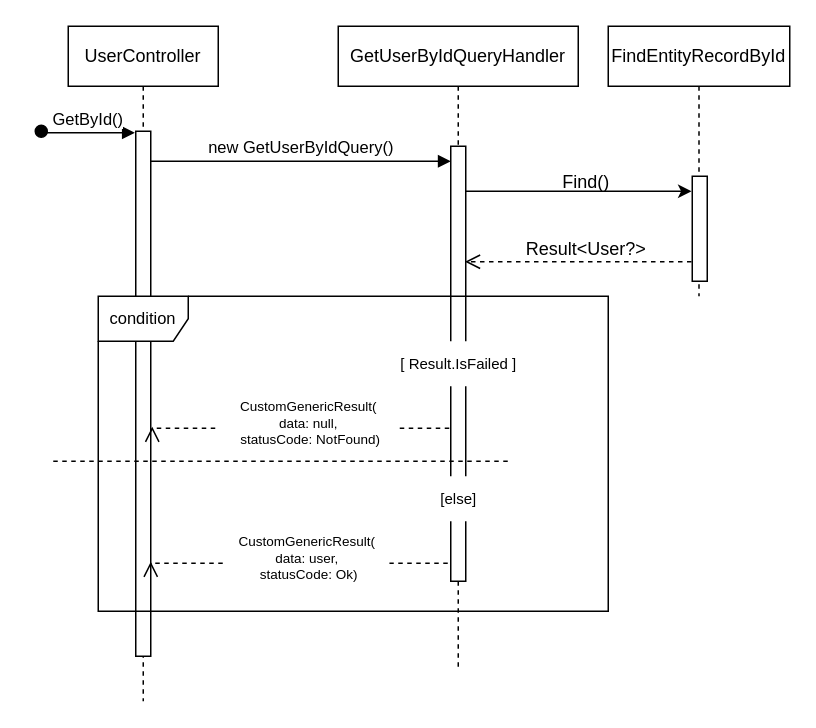
The draw.io diagram Diagrams/sequenceDiagram_user_getById.drawio in MahdiChoobin-81/CleanArchitecture_ASP, before the edit. Source tidied: cells renumbered, new cells numbered last; positions are measured from the earlier drawing's top-left corner, leaving out a move shared by most shapes. Both pictures are drawn from the tidied source at 150%, with x=0, y=0 at pixel (40, 26).
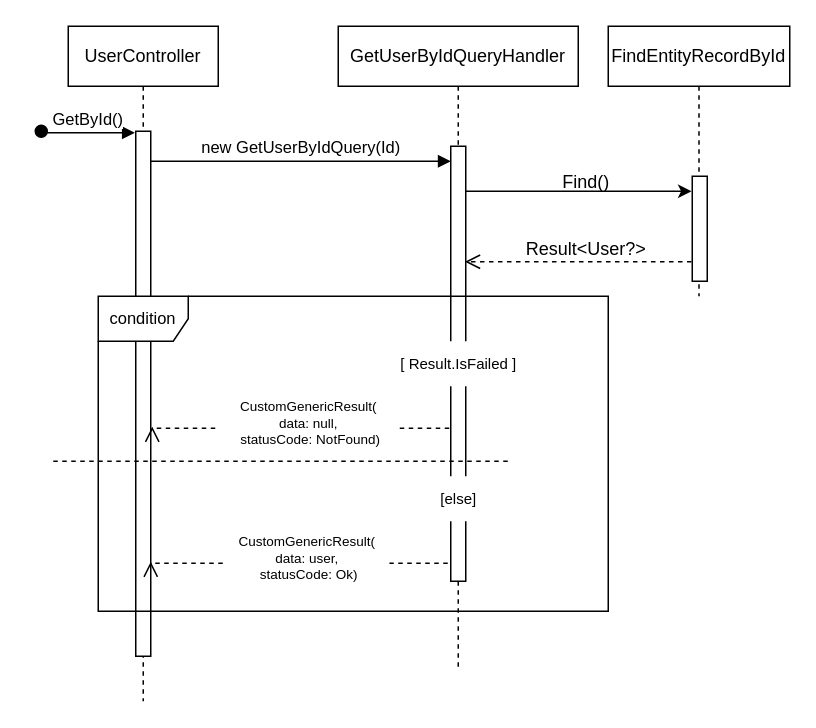
The same diagram, later.

The change refers to these unchanged cells:
```xml
<mxCell id="5" style="html=1;points=[];perimeter=orthogonalPerimeter;outlineConnect=0;targetShapes=umlLifeline;portConstraint=eastwest;newEdgeStyle={&quot;edgeStyle&quot;:&quot;elbowEdgeStyle&quot;,&quot;elbow&quot;:&quot;vertical&quot;,&quot;curved&quot;:0,&quot;rounded&quot;:0};" parent="4" vertex="1">
  <mxGeometry x="75" y="80" width="10" height="290" as="geometry" />
</mxCell>
<mxCell id="9" style="rounded=0;whiteSpace=wrap;html=1;" parent="1" vertex="1">
  <mxGeometry x="63" y="70" width="10" height="350" as="geometry" />
</mxCell>
```

Diff of the diagram source:
```diff
@@
-    <mxCell id="6" value="new GetUserByIdQuery()" style="html=1;verticalAlign=bottom;endArrow=block;edgeStyle=elbowEdgeStyle;elbow=vertical;curved=0;rounded=0;" parent="1" edge="1" source="9" target="5">
+    <mxCell id="6" value="new GetUserByIdQuery(Id)" style="html=1;verticalAlign=bottom;endArrow=block;edgeStyle=elbowEdgeStyle;elbow=vertical;curved=0;rounded=0;" parent="1" edge="1" source="9" target="5">
       <mxGeometry relative="1" as="geometry">
         <Array as="points">
           <mxPoint x="158" y="90" />
         </Array>
       </mxGeometry>
     </mxCell>
```
